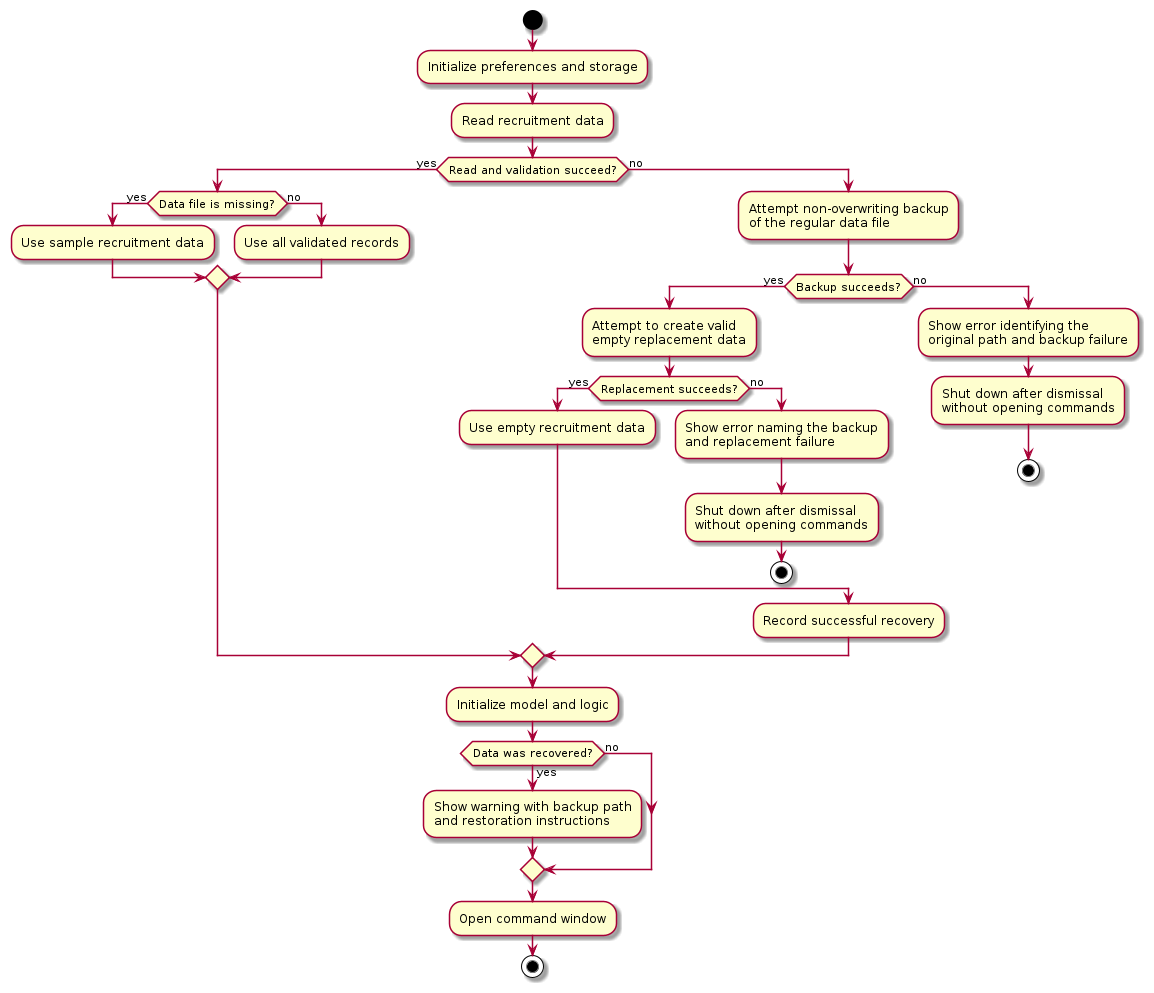
The PlantUML diagram diagrams/RecruitmentDataStartupActivityDiagram.png in AY2627S1-CS2103-F12-3/tp, before a commit. Its source is kept beside it as diagrams/RecruitmentDataStartupActivityDiagram.puml.
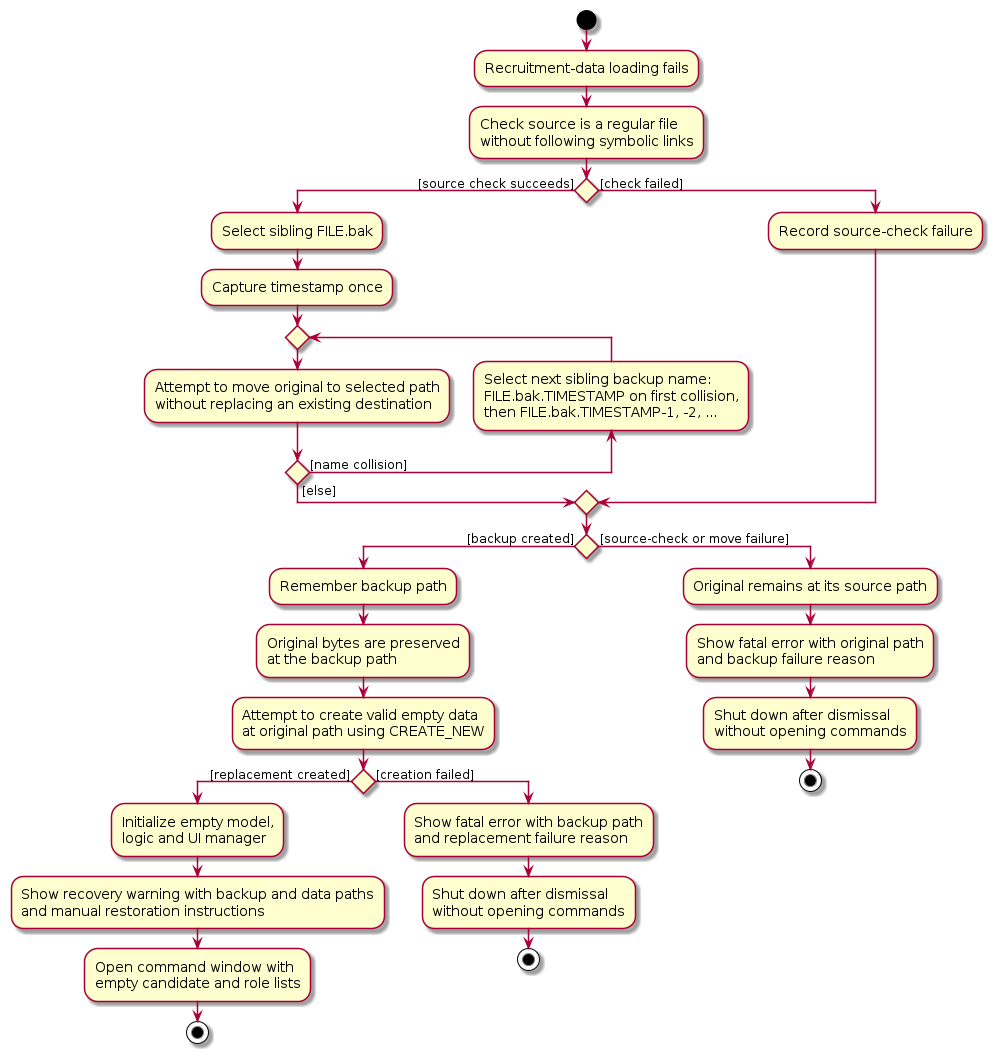
The same file after the commit.

Change to the diagram source:
```diff
@@ -1,44 +1,52 @@
 @startuml
 skin rose
+skinparam ActivityFontSize 14
+skinparam ArrowFontSize 12
 start
-:Initialize preferences and storage;
-:Read recruitment data;
-if (Read and validation succeed?) then (yes)
-    if (Data file is missing?) then (yes)
-        :Use sample recruitment data;
-    else (no)
-        :Use all validated records;
-    endif
-else (no)
-    :Attempt non-overwriting backup
-    of the regular data file;
-    if (Backup succeeds?) then (yes)
-        :Attempt to create valid
-        empty replacement data;
-        if (Replacement succeeds?) then (yes)
-            :Use empty recruitment data;
-        else (no)
-            :Show error naming the backup
-            and replacement failure;
-            :Shut down after dismissal
-            without opening commands;
-            stop
-        endif
-    else (no)
-        :Show error identifying the
-        original path and backup failure;
+:Recruitment-data loading fails;
+:Check source is a regular file
+without following symbolic links;
+if () then ([source check succeeds])
+    :Select sibling FILE.bak;
+    :Capture timestamp once;
+    repeat
+        :Attempt to move original to selected path
+        without replacing an existing destination;
+    backward :Select next sibling backup name:
+    FILE.bak.TIMESTAMP on first collision,
+    then FILE.bak.TIMESTAMP-1, -2, ...;
+    repeat while () is ([name collision]) not ([else])
+else ([check failed])
+    :Record source-check failure;
+endif
+
+if () then ([backup created])
+    :Remember backup path;
+    :Original bytes are preserved
+    at the backup path;
+    :Attempt to create valid empty data
+    at original path using CREATE_NEW;
+    if () then ([replacement created])
+        :Initialize empty model,
+        logic and UI manager;
+        :Show recovery warning with backup and data paths
+        and manual restoration instructions;
+        :Open command window with
+        empty candidate and role lists;
+        stop
+    else ([creation failed])
+        :Show fatal error with backup path
+        and replacement failure reason;
         :Shut down after dismissal
         without opening commands;
         stop
     endif
-    :Record successful recovery;
+else ([source-check or move failure])
+    :Original remains at its source path;
+    :Show fatal error with original path
+    and backup failure reason;
+    :Shut down after dismissal
+    without opening commands;
+    stop
 endif
-:Initialize model and logic;
-if (Data was recovered?) then (yes)
-    :Show warning with backup path
-    and restoration instructions;
-else (no)
-endif
-:Open command window;
-stop
 @enduml
```
